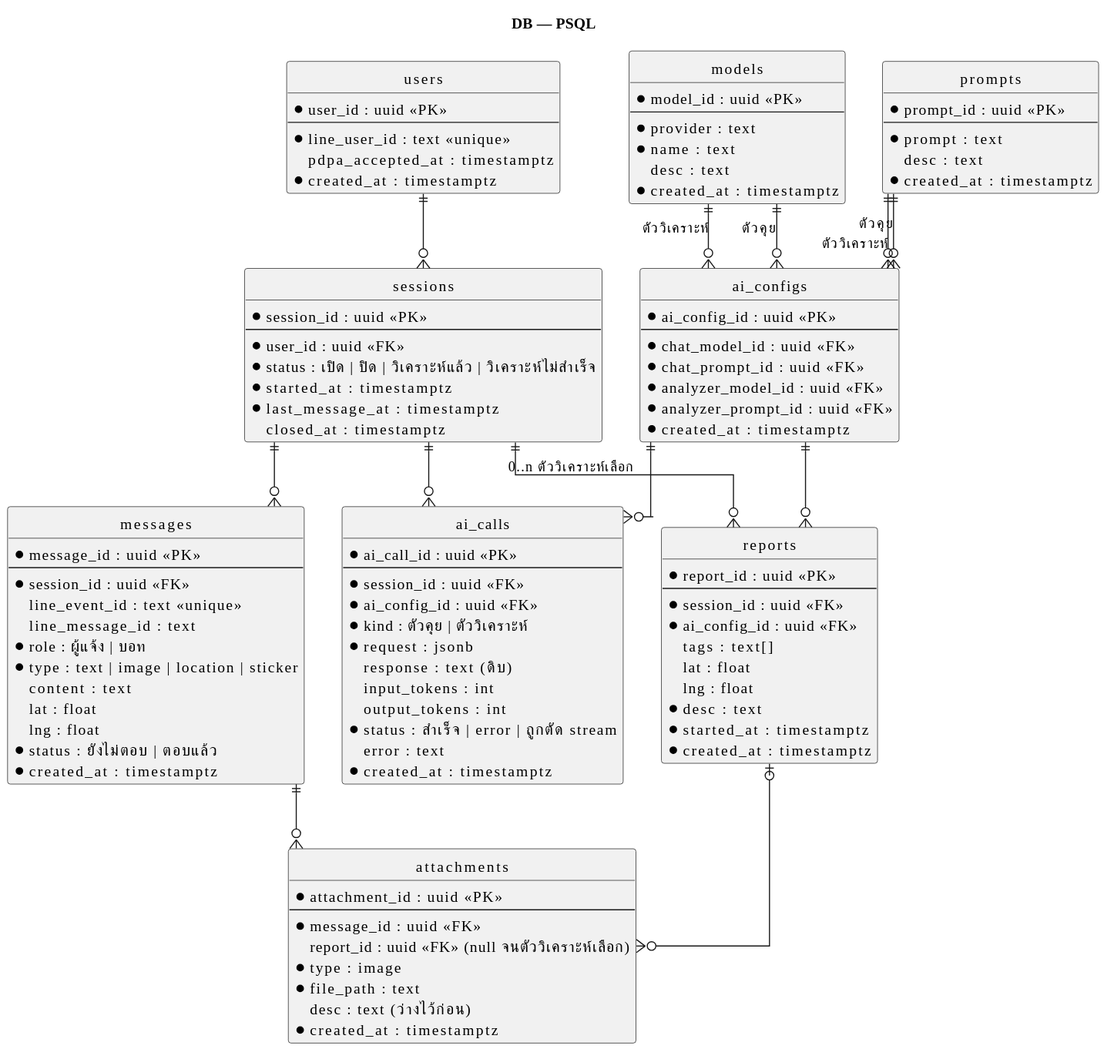
This is docs/designs/07-dbdiagram/db.svg from tonkitcstu/ucr-smartcity_chatbot, a PlantUML export, as it was before one commit. The source it was exported from:
```plantuml
@startuml
skinparam defaultFontName "Thonburi"
skinparam shadowing false
skinparam linetype ortho
hide circle
hide empty methods

title DB — PSQL

entity users {
  * user_id : uuid <<PK>>
  --
  * line_user_id : text <<unique>>
  pdpa_accepted_at : timestamptz
  * created_at : timestamptz
}

entity sessions {
  * session_id : uuid <<PK>>
  --
  * user_id : uuid <<FK>>
  * status : เปิด | ปิด | วิเคราะห์แล้ว | วิเคราะห์ไม่สำเร็จ
  * started_at : timestamptz
  * last_message_at : timestamptz
  closed_at : timestamptz
}

entity messages {
  * message_id : uuid <<PK>>
  --
  * session_id : uuid <<FK>>
  line_event_id : text <<unique>>
  line_message_id : text
  * role : ผู้แจ้ง | บอท
  * type : text | image | location | sticker
  content : text
  lat : float
  lng : float
  * status : ยังไม่ตอบ | ตอบแล้ว
  * created_at : timestamptz
}

entity attachments {
  * attachment_id : uuid <<PK>>
  --
  * message_id : uuid <<FK>>
  report_id : uuid <<FK>> (null จนตัววิเคราะห์เลือก)
  * type : image
  * file_path : text
  desc : text (ว่างไว้ก่อน)
  * created_at : timestamptz
}

entity reports {
  * report_id : uuid <<PK>>
  --
  * session_id : uuid <<FK>>
  * ai_config_id : uuid <<FK>>
  tags : text[]
  lat : float
  lng : float
  * desc : text
  * started_at : timestamptz
  * created_at : timestamptz
}

entity ai_calls {
  * ai_call_id : uuid <<PK>>
  --
  * session_id : uuid <<FK>>
  * ai_config_id : uuid <<FK>>
  * kind : ตัวคุย | ตัววิเคราะห์
  * request : jsonb
  response : text (ดิบ)
  input_tokens : int
  output_tokens : int
  * status : สำเร็จ | error | ถูกตัด stream
  error : text
  * created_at : timestamptz
}

entity ai_configs {
  * ai_config_id : uuid <<PK>>
  --
  * chat_model_id : uuid <<FK>>
  * chat_prompt_id : uuid <<FK>>
  * analyzer_model_id : uuid <<FK>>
  * analyzer_prompt_id : uuid <<FK>>
  * created_at : timestamptz
}

entity models {
  * model_id : uuid <<PK>>
  --
  * provider : text
  * name : text
  desc : text
  * created_at : timestamptz
}

entity prompts {
  * prompt_id : uuid <<PK>>
  --
  * prompt : text
  desc : text
  * created_at : timestamptz
}

users ||--o{ sessions
sessions ||--o{ messages
messages ||--o{ attachments
sessions ||--o{ reports : 0..n ตัววิเคราะห์เลือก
reports |o--o{ attachments
sessions ||--o{ ai_calls
ai_configs ||--o{ ai_calls
ai_configs ||--o{ reports
prompts ||--o{ ai_configs : ตัวคุย
prompts ||--o{ ai_configs : ตัววิเคราะห์
models ||--o{ ai_configs : ตัวคุย
models ||--o{ ai_configs : ตัววิเคราะห์
@enduml
```
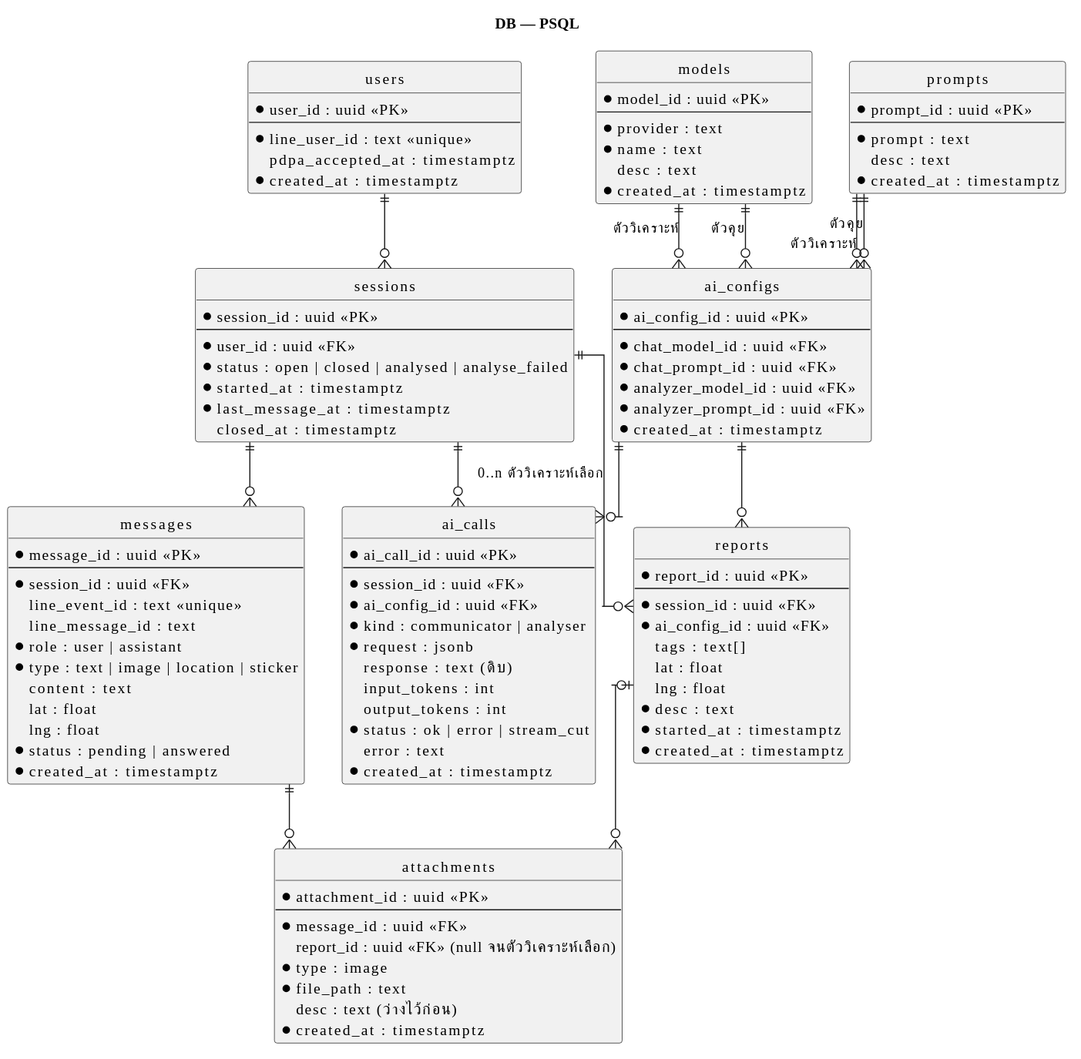
Above is the later version.

Commit message:
fix(db): role เป็น user/assistant ตามรูปแบบ OpenAI + ค่าใน db diagram เป็นอังกฤษ (#179)

Diff of the diagram source:
```diff
@@ -19,7 +19,7 @@
   * session_id : uuid <<PK>>
   --
   * user_id : uuid <<FK>>
-  * status : เปิด | ปิด | วิเคราะห์แล้ว | วิเคราะห์ไม่สำเร็จ
+  * status : open | closed | analysed | analyse_failed
   * started_at : timestamptz
   * last_message_at : timestamptz
   closed_at : timestamptz
@@ -31,12 +31,12 @@
   * session_id : uuid <<FK>>
   line_event_id : text <<unique>>
   line_message_id : text
-  * role : ผู้แจ้ง | บอท
+  * role : user | assistant
   * type : text | image | location | sticker
   content : text
   lat : float
   lng : float
-  * status : ยังไม่ตอบ | ตอบแล้ว
+  * status : pending | answered
   * created_at : timestamptz
 }
 
@@ -69,12 +69,12 @@
   --
   * session_id : uuid <<FK>>
   * ai_config_id : uuid <<FK>>
-  * kind : ตัวคุย | ตัววิเคราะห์
+  * kind : communicator | analyser
   * request : jsonb
   response : text (ดิบ)
   input_tokens : int
   output_tokens : int
-  * status : สำเร็จ | error | ถูกตัด stream
+  * status : ok | error | stream_cut
   error : text
   * created_at : timestamptz
 }
```
